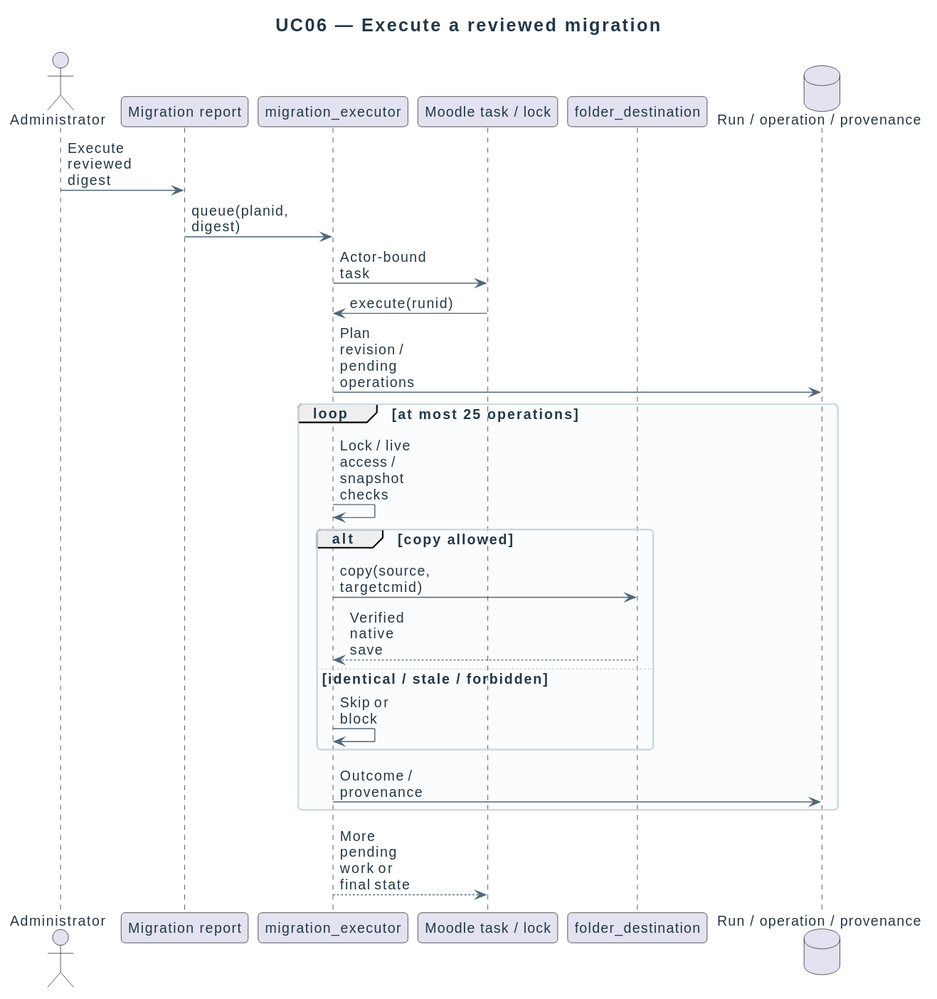
Before: docs/diagrams/design/sequences/uc06-execute-migration.svg, a diagram exported from PlantUML (didactika/moodle-local_coursefiles).
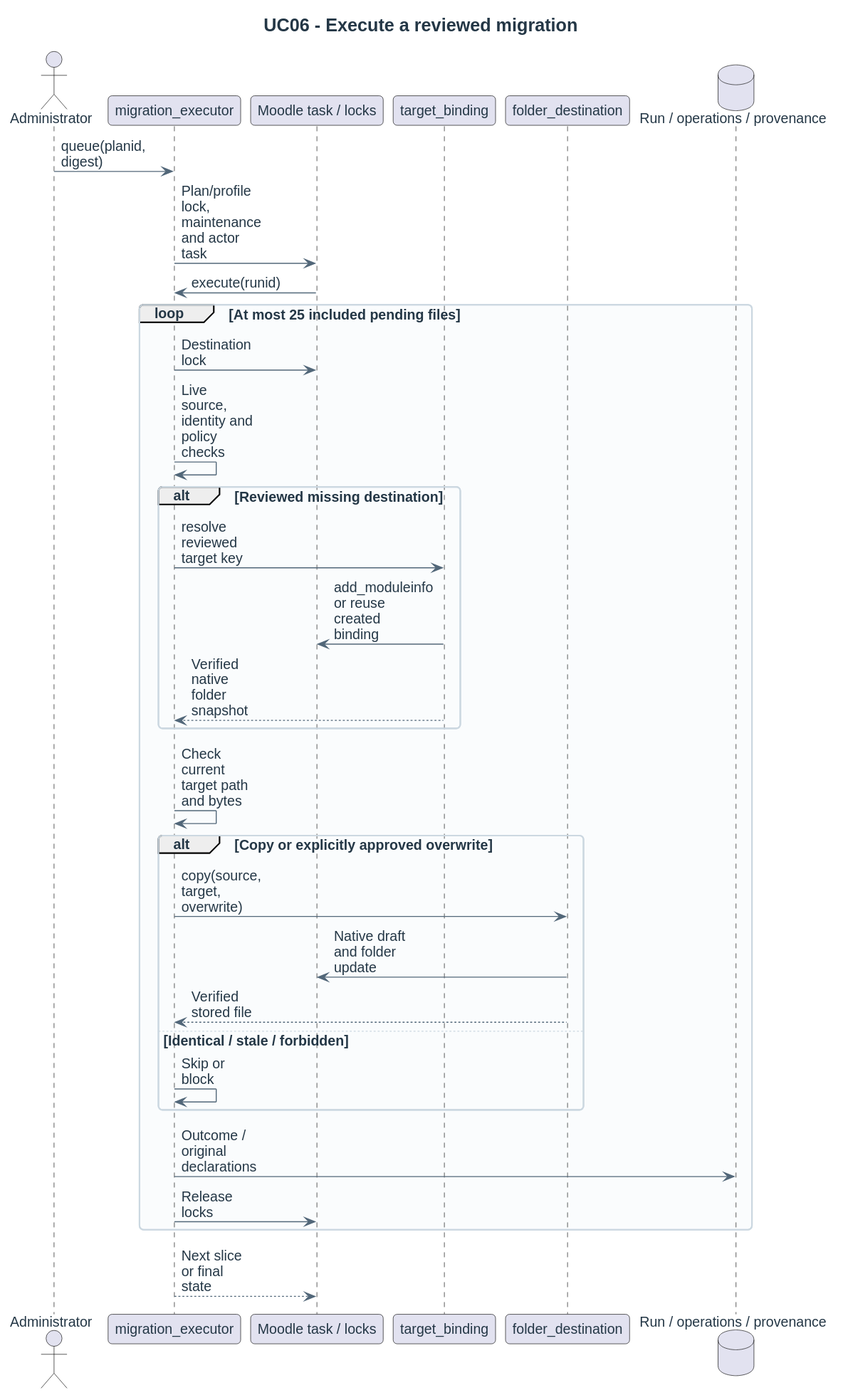
After the commit.

Diff of the diagram source:
```diff
@@ -1,26 +1,33 @@
 @startuml
 !include ../../_style.puml
-title UC06 — Execute a reviewed migration
+title UC06 - Execute a reviewed migration
 actor Administrator
-participant "Migration report" as UI
 participant migration_executor as Executor
-participant "Moodle task / lock" as Tasks
+participant "Moodle task / locks" as Core
+participant target_binding as Target
 participant folder_destination as Folder
-database "Run / operation / provenance" as DB
-Administrator -> UI : Execute reviewed digest
-UI -> Executor : queue(planid, digest)
-Executor -> Tasks : Actor-bound task
-Tasks -> Executor : execute(runid)
-Executor -> DB : Plan revision / pending operations
-loop at most 25 operations
-  Executor -> Executor : Lock / live access / snapshot checks
-  alt copy allowed
-    Executor -> Folder : copy(source, targetcmid)
-    Folder --> Executor : Verified native save
-  else identical / stale / forbidden
+database "Run / operations / provenance" as DB
+Administrator -> Executor : queue(planid, digest)
+Executor -> Core : Plan/profile lock, maintenance and actor task
+Core -> Executor : execute(runid)
+loop At most 25 included pending files
+  Executor -> Core : Destination lock
+  Executor -> Executor : Live source, identity and policy checks
+  alt Reviewed missing destination
+    Executor -> Target : resolve reviewed target key
+    Target -> Core : add_moduleinfo or reuse created binding
+    Target --> Executor : Verified native folder snapshot
+  end
+  Executor -> Executor : Check current target path and bytes
+  alt Copy or explicitly approved overwrite
+    Executor -> Folder : copy(source, target, overwrite)
+    Folder -> Core : Native draft and folder update
+    Folder --> Executor : Verified stored file
+  else Identical / stale / forbidden
     Executor -> Executor : Skip or block
   end
-  Executor -> DB : Outcome / provenance
+  Executor -> DB : Outcome / original declarations
+  Executor -> Core : Release locks
 end
-Executor --> Tasks : More pending work or final state
+Executor --> Core : Next slice or final state
 @enduml
```
